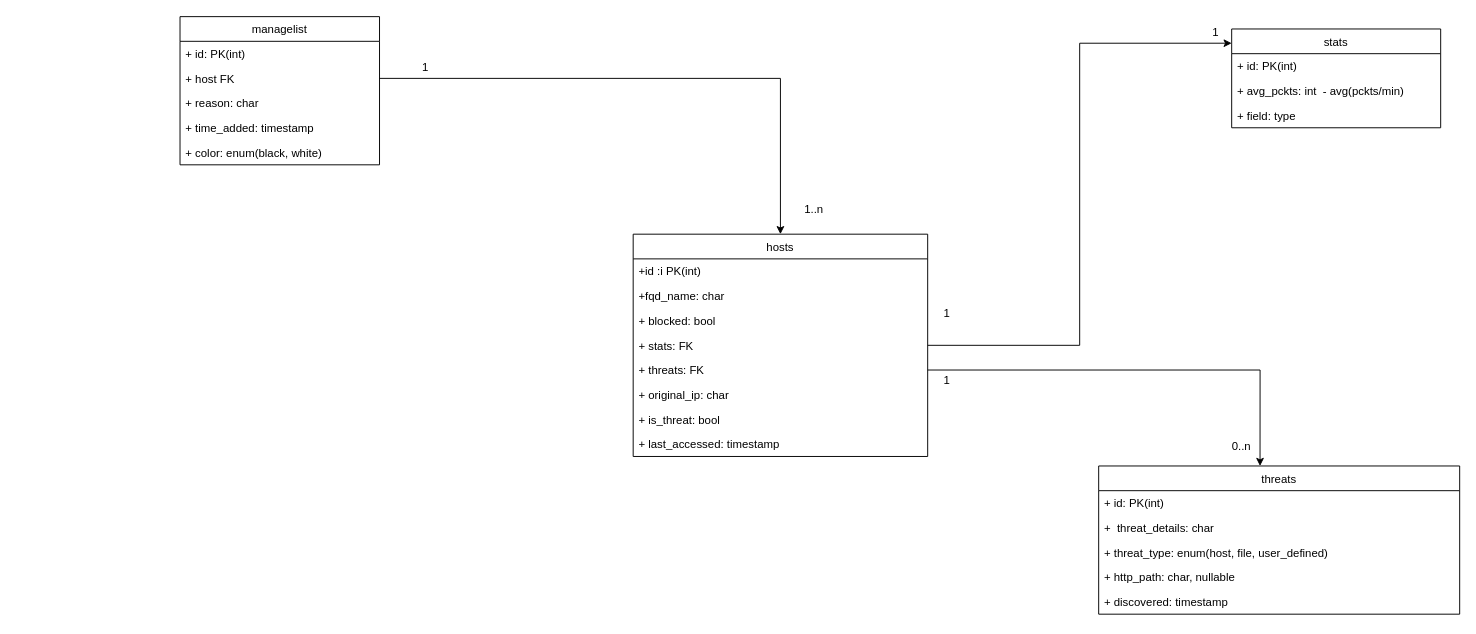
Patryk-Zygmunt/pck3tSec keeps this draw.io diagram as diagrams/database.drawio. Above is the earlier version. Source tidied: cells renumbered, new cells numbered last; positions are measured from the earlier drawing's top-left corner, leaving out a move shared by most shapes. Both pictures are drawn from the tidied source at 95%, with x=0, y=0 at pixel (180, 16).
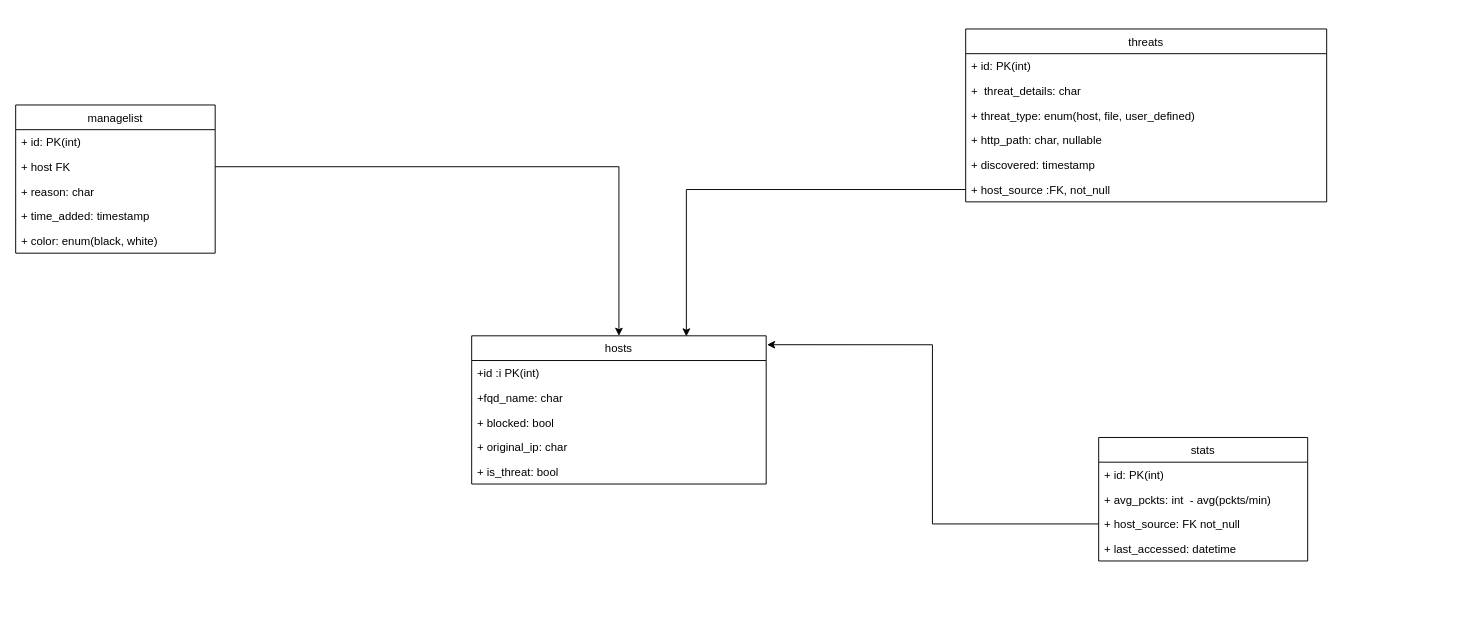
The same page after the edit.

Commit message:
reverse realations on database.drawio

Unchanged cells that the change refers to:
```xml
<mxCell id="28" value="+ host FK" style="text;strokeColor=none;fillColor=none;align=left;verticalAlign=top;spacingLeft=4;spacingRight=4;overflow=hidden;points=[[0,0.5],[1,0.5]];portConstraint=eastwest;" parent="26" vertex="1">
  <mxGeometry y="52" width="210" height="26" as="geometry" />
</mxCell>
```

What changed in the source:
```diff
@@
+    <mxCell id="32" style="edgeStyle=orthogonalEdgeStyle;rounded=0;comic=0;jettySize=auto;html=1;" parent="1" edge="1" source="28" target="17">
+      <mxGeometry relative="1" as="geometry" />
+    </mxCell>
+    <mxCell id="17" value="hosts" style="swimlane;fontStyle=0;horizontal=1;startSize=26;fillColor=none;" parent="1" vertex="1">
+      <mxGeometry x="307" y="336" width="310" height="156" as="geometry" />
+    </mxCell>
+    <mxCell id="18" value="+id :i PK(int)" style="text;strokeColor=none;fillColor=none;align=left;verticalAlign=top;spacingLeft=4;spacingRight=4;overflow=hidden;" parent="17" vertex="1">
+      <mxGeometry y="26" width="310" height="26" as="geometry" />
+    </mxCell>
+    <mxCell id="19" value="+fqd_name: char" style="text;strokeColor=none;fillColor=none;align=left;verticalAlign=top;spacingLeft=4;spacingRight=4;overflow=hidden;" parent="17" vertex="1">
+      <mxGeometry y="52" width="310" height="26" as="geometry" />
+    </mxCell>
+    <mxCell id="20" value="+ blocked: bool" style="text;strokeColor=none;fillColor=none;align=left;verticalAlign=top;spacingLeft=4;spacingRight=4;overflow=hidden;" parent="17" vertex="1">
+      <mxGeometry y="78" width="310" height="26" as="geometry" />
+    </mxCell>
+    <mxCell id="23" value="+ original_ip: char" style="text;strokeColor=none;fillColor=none;align=left;verticalAlign=top;spacingLeft=4;spacingRight=4;overflow=hidden;" parent="17" vertex="1">
+      <mxGeometry y="104" width="310" height="26" as="geometry" />
+    </mxCell>
+    <mxCell id="24" value="+ is_threat: bool" style="text;strokeColor=none;fillColor=none;align=left;verticalAlign=top;spacingLeft=4;spacingRight=4;overflow=hidden;" parent="17" vertex="1">
+      <mxGeometry y="130" width="310" height="26" as="geometry" />
+    </mxCell>
+    <mxCell id="36" style="edgeStyle=orthogonalEdgeStyle;rounded=0;comic=0;jettySize=auto;html=1;entryX=0.729;entryY=0.004;entryDx=0;entryDy=0;entryPerimeter=0;" parent="1" edge="1" source="38" target="17">
+      <mxGeometry relative="1" as="geometry" />
+    </mxCell>
+    <mxCell id="37" style="edgeStyle=orthogonalEdgeStyle;rounded=0;comic=0;jettySize=auto;html=1;entryX=1.003;entryY=0.06;entryDx=0;entryDy=0;entryPerimeter=0;" parent="1" edge="1" source="15" target="17">
+      <mxGeometry relative="1" as="geometry" />
+    </mxCell>
     <mxCell id="2" value="threats" style="swimlane;fontStyle=0;horizontal=1;startSize=26;fillColor=none;" parent="1" vertex="1">
-      <mxGeometry x="967" y="473" width="380" height="156" as="geometry" />
+      <mxGeometry x="827" y="13" width="380" height="182" as="geometry" />
     </mxCell>
@@
-    <mxCell id="8" style="edgeStyle=orthogonalEdgeStyle;rounded=0;jettySize=auto;html=1;exitX=1;exitY=0.5;exitDx=0;exitDy=0;entryX=0.447;entryY=0;entryDx=0;entryDy=0;entryPerimeter=0;" parent="1" edge="1" source="22" target="2">
-      <mxGeometry relative="1" as="geometry" />
-    </mxCell>
-    <mxCell id="9" value="1" style="text;html=1;align=center;verticalAlign=middle;" parent="1" vertex="1">
-      <mxGeometry x="797" y="373" width="20" height="20" as="geometry" />
-    </mxCell>
-    <mxCell id="10" value="0..n" style="text;html=1;align=center;verticalAlign=middle;" parent="1" vertex="1">
-      <mxGeometry x="1097" y="443" width="40" height="20" as="geometry" />
-    </mxCell>
-    <mxCell id="11" value="1" style="text;html=1;align=center;verticalAlign=middle;" parent="1" vertex="1">
-      <mxGeometry x="797" y="303" width="20" height="20" as="geometry" />
-    </mxCell>
+    <mxCell id="38" value="+ host_source :FK, not_null" style="text;strokeColor=none;fillColor=none;align=left;verticalAlign=top;spacingLeft=4;spacingRight=4;overflow=hidden;points=[[0,0.5],[1,0.5]];portConstraint=eastwest;" parent="2" vertex="1">
+      <mxGeometry y="156" width="380" height="26" as="geometry" />
+    </mxCell>
     <mxCell id="12" value="stats" style="swimlane;fontStyle=0;horizontal=1;startSize=26;fillColor=none;" parent="1" vertex="1">
-      <mxGeometry x="1107" y="13" width="220" height="104" as="geometry" />
+      <mxGeometry x="967" y="443" width="220" height="130" as="geometry" />
     </mxCell>
@@
-    <mxCell id="15" value="+ field: type" style="text;strokeColor=none;fillColor=none;align=left;verticalAlign=top;spacingLeft=4;spacingRight=4;overflow=hidden;points=[[0,0.5],[1,0.5]];portConstraint=eastwest;" parent="12" vertex="1">
+    <mxCell id="15" value="+ host_source: FK not_null" style="text;strokeColor=none;fillColor=none;align=left;verticalAlign=top;spacingLeft=4;spacingRight=4;overflow=hidden;points=[[0,0.5],[1,0.5]];portConstraint=eastwest;" parent="12" vertex="1">
       <mxGeometry y="78" width="220" height="26" as="geometry" />
     </mxCell>
-    <mxCell id="16" style="edgeStyle=orthogonalEdgeStyle;rounded=0;comic=0;jettySize=auto;html=1;entryX=0;entryY=0.144;entryDx=0;entryDy=0;entryPerimeter=0;" parent="1" edge="1" source="21" target="12">
-      <mxGeometry relative="1" as="geometry" />
-    </mxCell>
-    <mxCell id="17" value="hosts" style="swimlane;fontStyle=0;horizontal=1;startSize=26;fillColor=none;" parent="1" vertex="1">
-      <mxGeometry x="477" y="229" width="310" height="234" as="geometry" />
-    </mxCell>
-    <mxCell id="18" value="+id :i PK(int)" style="text;strokeColor=none;fillColor=none;align=left;verticalAlign=top;spacingLeft=4;spacingRight=4;overflow=hidden;" parent="17" vertex="1">
-      <mxGeometry y="26" width="310" height="26" as="geometry" />
-    </mxCell>
-    <mxCell id="19" value="+fqd_name: char" style="text;strokeColor=none;fillColor=none;align=left;verticalAlign=top;spacingLeft=4;spacingRight=4;overflow=hidden;" parent="17" vertex="1">
-      <mxGeometry y="52" width="310" height="26" as="geometry" />
-    </mxCell>
-    <mxCell id="20" value="+ blocked: bool" style="text;strokeColor=none;fillColor=none;align=left;verticalAlign=top;spacingLeft=4;spacingRight=4;overflow=hidden;" parent="17" vertex="1">
-      <mxGeometry y="78" width="310" height="26" as="geometry" />
-    </mxCell>
-    <mxCell id="21" value="+ stats: FK" style="text;strokeColor=none;fillColor=none;align=left;verticalAlign=top;spacingLeft=4;spacingRight=4;overflow=hidden;points=[[0,0.5],[1,0.5]];portConstraint=eastwest;" parent="17" vertex="1">
-      <mxGeometry y="104" width="310" height="26" as="geometry" />
-    </mxCell>
-    <mxCell id="22" value="+ threats: FK " style="text;strokeColor=none;fillColor=none;align=left;verticalAlign=top;spacingLeft=4;spacingRight=4;overflow=hidden;points=[[0,0.5],[1,0.5]];portConstraint=eastwest;" parent="17" vertex="1">
-      <mxGeometry y="130" width="310" height="26" as="geometry" />
-    </mxCell>
-    <mxCell id="23" value="+ original_ip: char" style="text;strokeColor=none;fillColor=none;align=left;verticalAlign=top;spacingLeft=4;spacingRight=4;overflow=hidden;" parent="17" vertex="1">
-      <mxGeometry y="156" width="310" height="26" as="geometry" />
-    </mxCell>
-    <mxCell id="24" value="+ is_threat: bool" style="text;strokeColor=none;fillColor=none;align=left;verticalAlign=top;spacingLeft=4;spacingRight=4;overflow=hidden;" parent="17" vertex="1">
-      <mxGeometry y="182" width="310" height="26" as="geometry" />
-    </mxCell>
-    <mxCell id="25" value="+ last_accessed: timestamp" style="text;strokeColor=none;fillColor=none;align=left;verticalAlign=top;spacingLeft=4;spacingRight=4;overflow=hidden;" parent="17" vertex="1">
-      <mxGeometry y="208" width="310" height="26" as="geometry" />
-    </mxCell>
+    <mxCell id="39" value="+ last_accessed: datetime" style="text;strokeColor=none;fillColor=none;align=left;verticalAlign=top;spacingLeft=4;spacingRight=4;overflow=hidden;" parent="12" vertex="1">
+      <mxGeometry y="104" width="220" height="26" as="geometry" />
+    </mxCell>
     <mxCell id="26" value="managelist" style="swimlane;fontStyle=0;horizontal=1;startSize=26;fillColor=none;" parent="1" vertex="1">
-      <mxGeometry width="210" height="156" as="geometry" />
+      <mxGeometry x="-173" y="93" width="210" height="156" as="geometry" />
     </mxCell>
@@
-    <mxCell id="32" style="edgeStyle=orthogonalEdgeStyle;rounded=0;comic=0;jettySize=auto;html=1;" parent="1" edge="1" source="28" target="17">
-      <mxGeometry relative="1" as="geometry" />
-    </mxCell>
-    <mxCell id="33" value="1" style="text;html=1;align=center;verticalAlign=middle;" parent="1" vertex="1">
-      <mxGeometry x="1080" y="7" width="20" height="20" as="geometry" />
-    </mxCell>
-    <mxCell id="34" value="1" style="text;html=1;align=center;verticalAlign=middle;" parent="1" vertex="1">
-      <mxGeometry x="248" y="44" width="20" height="20" as="geometry" />
-    </mxCell>
-    <mxCell id="35" value="1..n" style="text;html=1;align=center;verticalAlign=middle;" parent="1" vertex="1">
-      <mxGeometry x="647" y="193" width="40" height="20" as="geometry" />
-    </mxCell>
```
